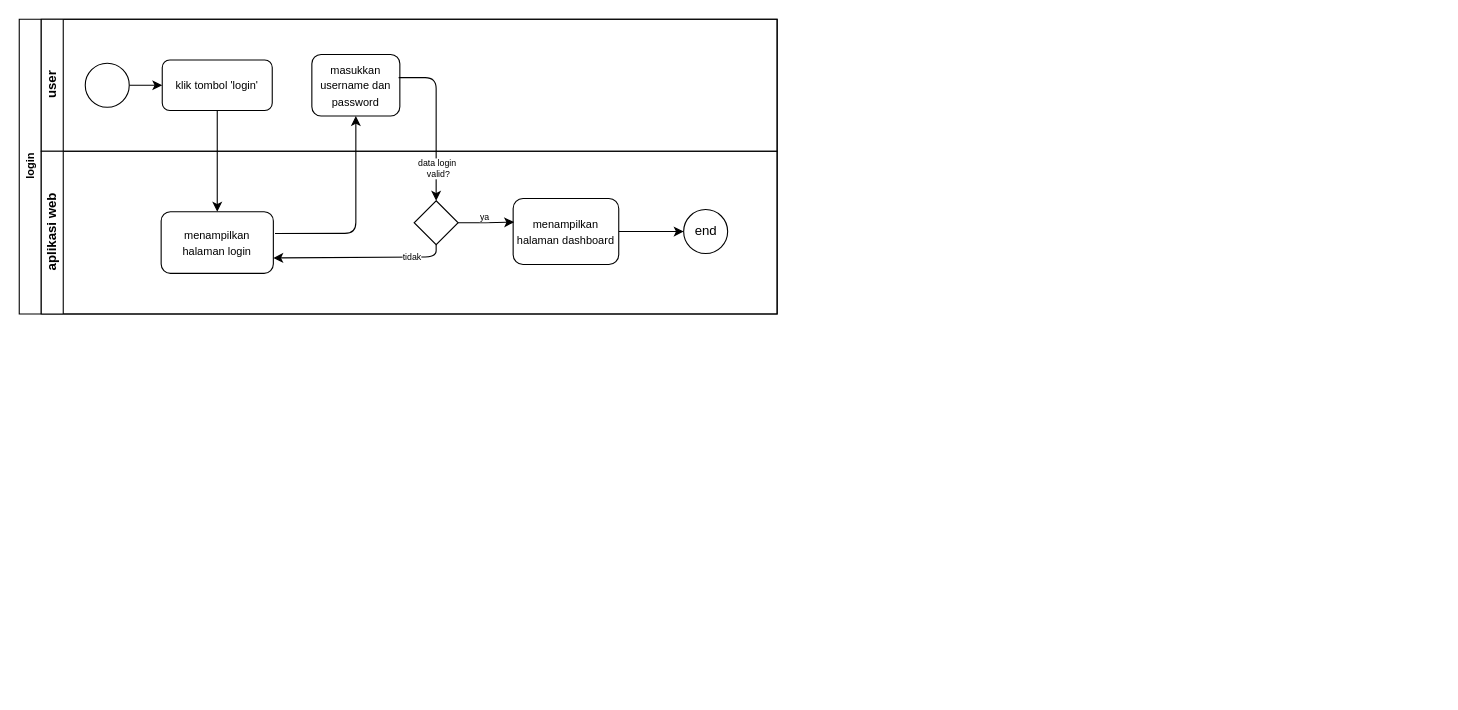
The draw.io diagram page "BPMN" (2 of 2) of semen-merah-putih.drawio in eenattayani/desain, before the edit. Source tidied: cells renumbered, new cells numbered last; positions are measured from the earlier drawing's top-left corner, leaving out a move shared by most shapes. Both pictures are drawn from the tidied source at 110%, with x=0, y=0 at pixel (19, 19).
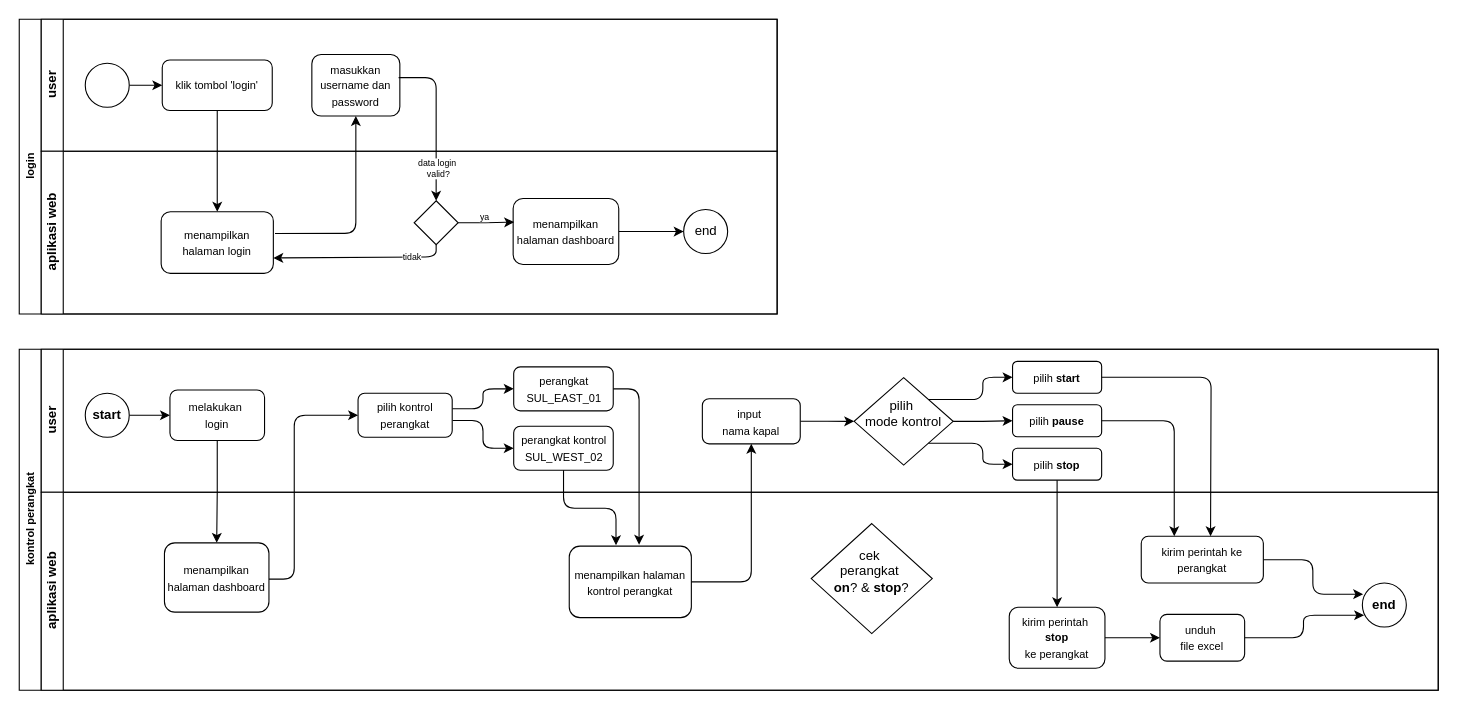
After the change.

Change to the diagram source:
```diff
@@
+    <mxCell id="23" value="kontrol perangkat" style="swimlane;html=1;horizontal=0;startSize=20;fontSize=10;" parent="1" vertex="1">
+      <mxGeometry y="300" width="1290" height="310" as="geometry" />
+    </mxCell>
+    <mxCell id="24" style="edgeStyle=orthogonalEdgeStyle;rounded=0;jettySize=auto;html=1;endArrow=classic;endFill=1;" parent="23" edge="1" source="28" target="39">
+      <mxGeometry relative="1" as="geometry" />
+    </mxCell>
+    <mxCell id="25" value="user" style="swimlane;html=1;startSize=20;horizontal=0;" parent="23" vertex="1">
+      <mxGeometry x="20" width="1270" height="130" as="geometry" />
+    </mxCell>
+    <mxCell id="26" style="edgeStyle=orthogonalEdgeStyle;rounded=0;jettySize=auto;html=1;" parent="25" edge="1" source="27" target="28">
+      <mxGeometry relative="1" as="geometry" />
+    </mxCell>
+    <mxCell id="27" value="start" style="ellipse;whiteSpace=wrap;html=1;fontStyle=1;" parent="25" vertex="1">
+      <mxGeometry x="40" y="40" width="40" height="40" as="geometry" />
+    </mxCell>
+    <mxCell id="28" value="&lt;font style=&quot;font-size: 10px;&quot;&gt;melakukan&amp;nbsp;&lt;/font&gt;&lt;div&gt;&lt;font style=&quot;font-size: 10px;&quot;&gt;login&lt;/font&gt;&lt;/div&gt;" style="rounded=1;whiteSpace=wrap;html=1;fontFamily=Helvetica;fontSize=12;fontColor=#000000;align=center;" parent="25" vertex="1">
+      <mxGeometry x="117" y="37" width="86" height="46" as="geometry" />
+    </mxCell>
+    <mxCell id="29" style="edgeStyle=orthogonalEdgeStyle;rounded=1;jettySize=auto;html=1;entryX=0;entryY=0.5;entryDx=0;entryDy=0;exitX=1;exitY=0.352;exitDx=0;exitDy=0;exitPerimeter=0;curved=0;" parent="25" edge="1" source="31" target="32">
+      <mxGeometry relative="1" as="geometry" />
+    </mxCell>
+    <mxCell id="30" style="edgeStyle=orthogonalEdgeStyle;rounded=1;jettySize=auto;html=1;exitX=1.004;exitY=0.619;exitDx=0;exitDy=0;entryX=0;entryY=0.5;entryDx=0;entryDy=0;exitPerimeter=0;curved=0;" parent="25" edge="1" source="31" target="33">
+      <mxGeometry relative="1" as="geometry" />
+    </mxCell>
+    <mxCell id="31" value="&lt;span style=&quot;font-size: 10px;&quot;&gt;pilih kontrol perangkat&lt;/span&gt;" style="rounded=1;whiteSpace=wrap;html=1;fontFamily=Helvetica;fontSize=12;fontColor=#000000;align=center;" parent="25" vertex="1">
+      <mxGeometry x="288" y="40" width="85.6" height="40" as="geometry" />
+    </mxCell>
+    <mxCell id="32" value="&lt;span style=&quot;font-size: 10px;&quot;&gt;perangkat SUL_EAST_01&lt;/span&gt;" style="rounded=1;whiteSpace=wrap;html=1;fontFamily=Helvetica;fontSize=12;fontColor=#000000;align=center;" parent="25" vertex="1">
+      <mxGeometry x="429.5" y="16" width="90.5" height="40" as="geometry" />
+    </mxCell>
+    <mxCell id="33" value="&lt;span style=&quot;font-size: 10px;&quot;&gt;perangkat kontrol&lt;/span&gt;&lt;div&gt;&lt;span style=&quot;font-size: 10px;&quot;&gt;SUL_WEST_02&lt;/span&gt;&lt;/div&gt;" style="rounded=1;whiteSpace=wrap;html=1;fontFamily=Helvetica;fontSize=12;fontColor=#000000;align=center;" parent="25" vertex="1">
+      <mxGeometry x="429.5" y="70" width="90.5" height="40" as="geometry" />
+    </mxCell>
+    <mxCell id="34" style="edgeStyle=orthogonalEdgeStyle;rounded=0;jettySize=auto;html=1;entryX=0;entryY=0.5;entryDx=0;entryDy=0;" parent="25" edge="1" source="35" target="36">
+      <mxGeometry relative="1" as="geometry" />
+    </mxCell>
+    <mxCell id="35" value="&lt;span style=&quot;font-size: 10px;&quot;&gt;input&amp;nbsp;&lt;/span&gt;&lt;div&gt;&lt;span style=&quot;font-size: 10px;&quot;&gt;nama kapal&lt;/span&gt;&lt;/div&gt;" style="rounded=1;whiteSpace=wrap;html=1;fontFamily=Helvetica;fontSize=12;fontColor=#000000;align=center;" parent="25" vertex="1">
+      <mxGeometry x="601" y="45" width="89" height="41" as="geometry" />
+    </mxCell>
+    <mxCell id="36" value="&lt;div&gt;pilih&amp;nbsp;&lt;/div&gt;&lt;div&gt;mode kontrol&lt;/div&gt;&lt;div&gt;&lt;br&gt;&lt;/div&gt;" style="rhombus;whiteSpace=wrap;html=1;" parent="25" vertex="1">
+      <mxGeometry x="739" y="25.8" width="90" height="79.5" as="geometry" />
+    </mxCell>
+    <mxCell id="37" style="edgeStyle=orthogonalEdgeStyle;rounded=1;jettySize=auto;html=1;entryX=0;entryY=0.5;entryDx=0;entryDy=0;curved=0;" parent="23" edge="1" source="39" target="31">
+      <mxGeometry relative="1" as="geometry">
+        <Array as="points">
+          <mxPoint x="250" y="209" />
+          <mxPoint x="250" y="60" />
+        </Array>
+      </mxGeometry>
+    </mxCell>
+    <mxCell id="38" value="aplikasi web" style="swimlane;html=1;startSize=20;horizontal=0;" parent="23" vertex="1">
+      <mxGeometry x="20" y="130" width="1270" height="180" as="geometry" />
+    </mxCell>
+    <mxCell id="39" value="&lt;span style=&quot;font-size: 10px;&quot;&gt;menampilkan halaman dashboard&lt;/span&gt;" style="rounded=1;whiteSpace=wrap;html=1;fontFamily=Helvetica;fontSize=12;fontColor=#000000;align=center;" parent="38" vertex="1">
+      <mxGeometry x="112" y="46" width="95" height="63" as="geometry" />
+    </mxCell>
+    <mxCell id="40" value="&lt;span style=&quot;font-size: 10px;&quot;&gt;menampilkan halaman kontrol perangkat&lt;/span&gt;" style="rounded=1;whiteSpace=wrap;html=1;fontFamily=Helvetica;fontSize=12;fontColor=#000000;align=center;" parent="38" vertex="1">
+      <mxGeometry x="480" y="49" width="111" height="65" as="geometry" />
+    </mxCell>
+    <mxCell id="41" value="end" style="ellipse;whiteSpace=wrap;html=1;shadow=0;fontStyle=1;" parent="38" vertex="1">
+      <mxGeometry x="1201" y="82.5" width="40" height="40" as="geometry" />
+    </mxCell>
+    <mxCell id="42" value="&lt;span style=&quot;font-size: 10px;&quot;&gt;pilih &lt;b&gt;start&lt;/b&gt;&lt;/span&gt;" style="rounded=1;whiteSpace=wrap;html=1;fontFamily=Helvetica;fontSize=12;fontColor=#000000;align=center;" parent="38" vertex="1">
+      <mxGeometry x="883" y="-119" width="81" height="29" as="geometry" />
+    </mxCell>
+    <mxCell id="43" value="&lt;span style=&quot;font-size: 10px;&quot;&gt;pilih &lt;b&gt;pause&lt;/b&gt;&lt;/span&gt;" style="rounded=1;whiteSpace=wrap;html=1;fontFamily=Helvetica;fontSize=12;fontColor=#000000;align=center;" parent="38" vertex="1">
+      <mxGeometry x="883" y="-79.5" width="81" height="29" as="geometry" />
+    </mxCell>
+    <mxCell id="44" value="&lt;span style=&quot;font-size: 10px;&quot;&gt;pilih &lt;b&gt;stop&lt;/b&gt;&lt;/span&gt;" style="rounded=1;whiteSpace=wrap;html=1;fontFamily=Helvetica;fontSize=12;fontColor=#000000;align=center;" parent="38" vertex="1">
+      <mxGeometry x="883" y="-40" width="81" height="29" as="geometry" />
+    </mxCell>
+    <mxCell id="45" value="cek&amp;nbsp;&lt;div&gt;perangkat&amp;nbsp;&lt;/div&gt;&lt;div&gt;&lt;b&gt;on&lt;/b&gt;? &amp;amp; &lt;b&gt;stop&lt;/b&gt;?&lt;/div&gt;&lt;div&gt;&lt;br&gt;&lt;/div&gt;" style="rhombus;whiteSpace=wrap;html=1;" parent="38" vertex="1">
+      <mxGeometry x="700" y="28.5" width="110" height="100" as="geometry" />
+    </mxCell>
+    <mxCell id="46" style="edgeStyle=orthogonalEdgeStyle;rounded=1;jettySize=auto;html=1;entryX=0.017;entryY=0.254;entryDx=0;entryDy=0;curved=0;entryPerimeter=0;" parent="38" edge="1" source="47" target="41">
+      <mxGeometry relative="1" as="geometry" />
+    </mxCell>
+    <mxCell id="47" value="&lt;span style=&quot;font-size: 10px;&quot;&gt;kirim perintah ke perangkat&lt;/span&gt;" style="rounded=1;whiteSpace=wrap;html=1;fontFamily=Helvetica;fontSize=12;fontColor=#000000;align=center;" parent="38" vertex="1">
+      <mxGeometry x="1000" y="40" width="111" height="42.5" as="geometry" />
+    </mxCell>
+    <mxCell id="48" style="edgeStyle=orthogonalEdgeStyle;rounded=1;jettySize=auto;html=1;curved=0;" parent="38" edge="1" source="43">
+      <mxGeometry relative="1" as="geometry">
+        <mxPoint x="1030" y="40" as="targetPoint" />
+        <Array as="points">
+          <mxPoint x="1030" y="-65" />
+          <mxPoint x="1030" y="40" />
+        </Array>
+      </mxGeometry>
+    </mxCell>
+    <mxCell id="49" style="edgeStyle=orthogonalEdgeStyle;rounded=1;jettySize=auto;html=1;curved=0;" parent="38" edge="1" source="42">
+      <mxGeometry relative="1" as="geometry">
+        <mxPoint x="1063" y="40" as="targetPoint" />
+      </mxGeometry>
+    </mxCell>
+    <mxCell id="50" style="edgeStyle=orthogonalEdgeStyle;rounded=1;jettySize=auto;html=1;entryX=0.5;entryY=0;entryDx=0;entryDy=0;curved=0;" parent="38" edge="1" source="44" target="54">
+      <mxGeometry relative="1" as="geometry" />
+    </mxCell>
+    <mxCell id="51" style="edgeStyle=orthogonalEdgeStyle;rounded=1;jettySize=auto;html=1;entryX=0.039;entryY=0.732;entryDx=0;entryDy=0;curved=0;entryPerimeter=0;" parent="38" edge="1" source="52" target="41">
+      <mxGeometry relative="1" as="geometry" />
+    </mxCell>
+    <mxCell id="52" value="&lt;span style=&quot;font-size: 10px;&quot;&gt;unduh&amp;nbsp;&lt;/span&gt;&lt;div&gt;&lt;span style=&quot;font-size: 10px;&quot;&gt;file excel&lt;/span&gt;&lt;/div&gt;" style="rounded=1;whiteSpace=wrap;html=1;fontFamily=Helvetica;fontSize=12;fontColor=#000000;align=center;" parent="38" vertex="1">
+      <mxGeometry x="1017" y="111" width="77" height="42.5" as="geometry" />
+    </mxCell>
+    <mxCell id="53" style="edgeStyle=orthogonalEdgeStyle;rounded=0;jettySize=auto;html=1;entryX=0;entryY=0.5;entryDx=0;entryDy=0;" parent="38" edge="1" source="54" target="52">
+      <mxGeometry relative="1" as="geometry" />
+    </mxCell>
+    <mxCell id="54" value="&lt;span style=&quot;font-size: 10px;&quot;&gt;kirim perintah&amp;nbsp;&lt;/span&gt;&lt;div&gt;&lt;span style=&quot;font-size: 10px;&quot;&gt;&lt;b&gt;stop&lt;/b&gt;&lt;/span&gt;&lt;/div&gt;&lt;div&gt;&lt;span style=&quot;font-size: 10px;&quot;&gt;ke perangkat&lt;/span&gt;&lt;/div&gt;" style="rounded=1;whiteSpace=wrap;html=1;fontFamily=Helvetica;fontSize=12;fontColor=#000000;align=center;" parent="38" vertex="1">
+      <mxGeometry x="880" y="104.5" width="87" height="55.5" as="geometry" />
+    </mxCell>
+    <mxCell id="55" style="edgeStyle=orthogonalEdgeStyle;rounded=1;jettySize=auto;html=1;curved=0;entryX=0.383;entryY=-0.013;entryDx=0;entryDy=0;entryPerimeter=0;" parent="23" edge="1" source="33" target="40">
+      <mxGeometry relative="1" as="geometry" />
+    </mxCell>
+    <mxCell id="56" style="edgeStyle=orthogonalEdgeStyle;rounded=1;jettySize=auto;html=1;entryX=0.572;entryY=-0.02;entryDx=0;entryDy=0;entryPerimeter=0;exitX=1;exitY=0.5;exitDx=0;exitDy=0;curved=0;" parent="23" edge="1" source="32" target="40">
+      <mxGeometry relative="1" as="geometry" />
+    </mxCell>
+    <mxCell id="57" style="edgeStyle=orthogonalEdgeStyle;rounded=1;jettySize=auto;html=1;entryX=0.5;entryY=1;entryDx=0;entryDy=0;curved=0;" parent="23" edge="1" source="40" target="35">
+      <mxGeometry relative="1" as="geometry" />
+    </mxCell>
+    <mxCell id="58" style="edgeStyle=orthogonalEdgeStyle;rounded=0;jettySize=auto;html=1;entryX=0;entryY=0.5;entryDx=0;entryDy=0;" parent="23" edge="1" source="36" target="43">
+      <mxGeometry relative="1" as="geometry" />
+    </mxCell>
+    <mxCell id="59" style="edgeStyle=orthogonalEdgeStyle;rounded=1;jettySize=auto;html=1;exitX=1;exitY=0;exitDx=0;exitDy=0;curved=0;" parent="23" edge="1" source="36" target="42">
+      <mxGeometry relative="1" as="geometry" />
+    </mxCell>
+    <mxCell id="60" style="edgeStyle=orthogonalEdgeStyle;rounded=1;jettySize=auto;html=1;exitX=1;exitY=1;exitDx=0;exitDy=0;entryX=0;entryY=0.5;entryDx=0;entryDy=0;curved=0;" parent="23" edge="1" source="36" target="44">
+      <mxGeometry relative="1" as="geometry" />
+    </mxCell>
```
